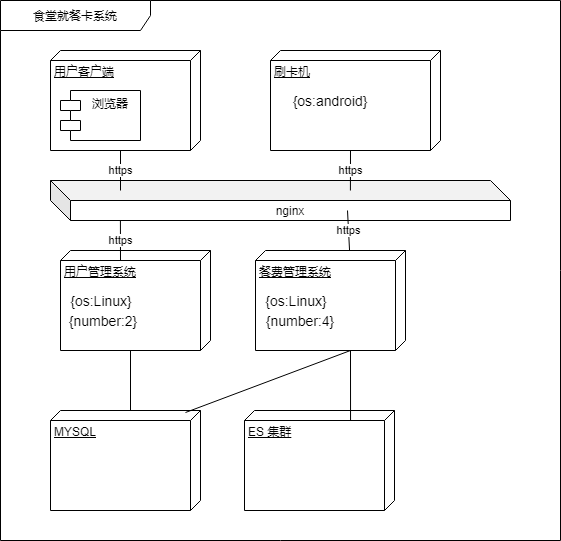
liumin1939/ArchTraining keeps this draw.io diagram as 架构培训01就餐卡系统.png. Above is the earlier version. Source tidied: cells renumbered, new cells last; positions are measured from the earlier drawing's top-left corner, leaving out a move shared by most shapes.
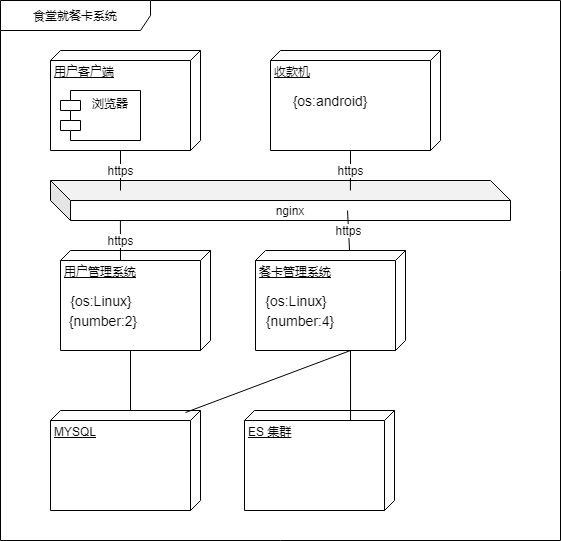
After the change.

Commit message:
Added 架构培训01就餐卡系统.png

Change to the diagram source:
```diff
@@ -11,7 +11,7 @@
     <mxCell id="4" value="浏览器" style="shape=module;align=left;spacingLeft=20;align=center;verticalAlign=top;fillColor=none;" parent="1" vertex="1">
       <mxGeometry x="60" y="90" width="80" height="50" as="geometry" />
     </mxCell>
-    <mxCell id="5" value="刷卡机" style="verticalAlign=top;align=left;spacingTop=8;spacingLeft=2;spacingRight=12;shape=cube;size=10;direction=south;fontStyle=4;html=1;fillColor=none;" parent="1" vertex="1">
+    <mxCell id="5" value="收款机" style="verticalAlign=top;align=left;spacingTop=8;spacingLeft=2;spacingRight=12;shape=cube;size=10;direction=south;fontStyle=4;html=1;fillColor=none;" parent="1" vertex="1">
       <mxGeometry x="270" y="50" width="170" height="100" as="geometry" />
     </mxCell>
     <mxCell id="6" value="nginx" style="shape=cube;whiteSpace=wrap;html=1;boundedLbl=1;backgroundOutline=1;darkOpacity=0.05;darkOpacity2=0.1;fillColor=none;" parent="1" vertex="1">
@@ -37,7 +37,7 @@
     <mxCell id="12" value="&lt;font style=&quot;font-size: 14px&quot;&gt;{number:2}&lt;/font&gt;" style="text;html=1;strokeColor=none;fillColor=none;align=center;verticalAlign=middle;whiteSpace=wrap;rounded=0;" parent="1" vertex="1">
       <mxGeometry x="83" y="310" width="40" height="20" as="geometry" />
     </mxCell>
-    <mxCell id="13" value="餐费管理系统" style="verticalAlign=top;align=left;spacingTop=8;spacingLeft=2;spacingRight=12;shape=cube;size=10;direction=south;fontStyle=4;html=1;fillColor=none;" parent="1" vertex="1">
+    <mxCell id="13" value="餐卡管理系统" style="verticalAlign=top;align=left;spacingTop=8;spacingLeft=2;spacingRight=12;shape=cube;size=10;direction=south;fontStyle=4;html=1;fillColor=none;" parent="1" vertex="1">
       <mxGeometry x="255" y="250" width="150" height="100" as="geometry" />
     </mxCell>
     <mxCell id="14" value="&lt;font style=&quot;font-size: 14px&quot;&gt;{os:Linux}&lt;/font&gt;" style="text;html=1;strokeColor=none;fillColor=none;align=center;verticalAlign=middle;whiteSpace=wrap;rounded=0;" parent="1" vertex="1">
```
